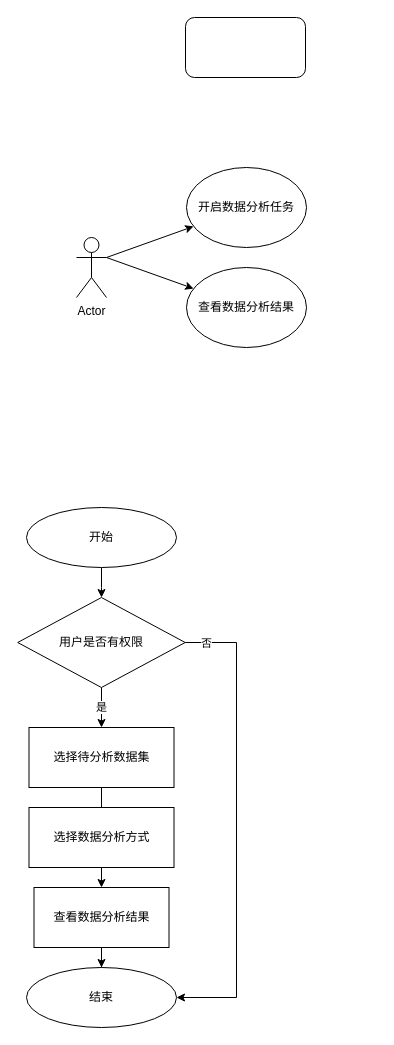
The draw.io diagram 数据分析与可视化.drawio in fengyouliang/drawio, before the edit. Source tidied: cells renumbered, new cells numbered last; positions are measured from the earlier drawing's top-left corner, leaving out a move shared by most shapes. Both pictures are drawn from the tidied source at 100%, with x=0, y=0 at pixel (17, 17).
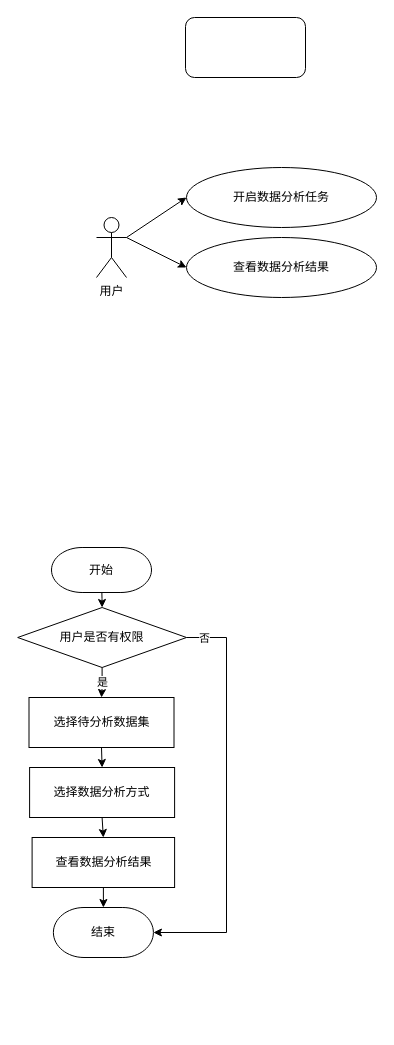
Above is the later version.

Commit message:
更新数据分析与可视化.drawio

Diff of the diagram source:
```diff
@@
     <mxCell id="2" value="查看数据分析结果" style="ellipse;whiteSpace=wrap;html=1;" parent="1" vertex="1">
-      <mxGeometry x="169" y="250" width="120" height="80" as="geometry" />
+      <mxGeometry x="169" y="220" width="190" height="60" as="geometry" />
     </mxCell>
     <mxCell id="3" value="开启数据分析任务" style="ellipse;whiteSpace=wrap;html=1;" parent="1" vertex="1">
-      <mxGeometry x="169" y="150" width="120" height="80" as="geometry" />
+      <mxGeometry x="169" y="150" width="190" height="60" as="geometry" />
     </mxCell>
-    <mxCell id="4" style="edgeStyle=orthogonalEdgeStyle;rounded=0;jettySize=auto;html=1;" parent="1" edge="1" source="5" target="9">
-      <mxGeometry relative="1" as="geometry" />
+    <mxCell id="4" style="edgeStyle=orthogonalEdgeStyle;rounded=0;jettySize=auto;html=1;" parent="1" edge="1" target="9">
+      <mxGeometry relative="1" as="geometry">
+        <mxPoint x="84" y="560" as="sourcePoint" />
+      </mxGeometry>
     </mxCell>
-    <mxCell id="5" value="开始" style="ellipse;whiteSpace=wrap;html=1;" parent="1" vertex="1">
-      <mxGeometry x="9" y="490" width="150" height="60" as="geometry" />
-    </mxCell>
@@
-    <mxCell id="7" style="edgeStyle=orthogonalEdgeStyle;rounded=0;jettySize=auto;html=1;exitX=1;exitY=0.5;exitDx=0;exitDy=0;entryX=1;entryY=0.5;entryDx=0;entryDy=0;" parent="1" edge="1" source="9" target="15">
+    <mxCell id="7" style="edgeStyle=orthogonalEdgeStyle;rounded=0;jettySize=auto;html=1;exitX=1;exitY=0.5;exitDx=0;exitDy=0;entryX=1;entryY=0.5;entryDx=0;entryDy=0;entryPerimeter=0;" parent="1" edge="1" source="9" target="15">
       <mxGeometry relative="1" as="geometry">
         <Array as="points">
-          <mxPoint x="219" y="625" />
-          <mxPoint x="219" y="980" />
+          <mxPoint x="209" y="620" />
+          <mxPoint x="209" y="915" />
         </Array>
       </mxGeometry>
     </mxCell>
@@
     <mxCell id="9" value="用户是否有权限" style="rhombus;whiteSpace=wrap;html=1;" parent="1" vertex="1">
-      <mxGeometry x="0.2" y="580" width="167.5" height="90" as="geometry" />
+      <mxGeometry x="0.2" y="590" width="168.8" height="60" as="geometry" />
     </mxCell>
-    <mxCell id="10" style="edgeStyle=orthogonalEdgeStyle;rounded=0;jettySize=auto;html=1;" parent="1" edge="1" source="11" target="14">
-      <mxGeometry relative="1" as="geometry" />
-    </mxCell>
+    <mxCell id="20" style="edgeStyle=none;rounded=0;jettySize=auto;html=1;exitX=0.5;exitY=1;exitDx=0;exitDy=0;entryX=0.5;entryY=0;entryDx=0;entryDy=0;" parent="1" edge="1" source="11" target="12">
+      <mxGeometry relative="1" as="geometry" />
+    </mxCell>
     <mxCell id="11" value="选择待分析数据集" style="rounded=0;whiteSpace=wrap;html=1;" parent="1" vertex="1">
-      <mxGeometry x="11.5" y="710" width="145" height="60" as="geometry" />
+      <mxGeometry x="11.5" y="680" width="145" height="50" as="geometry" />
     </mxCell>
+    <mxCell id="21" style="edgeStyle=none;rounded=0;jettySize=auto;html=1;exitX=0.5;exitY=1;exitDx=0;exitDy=0;entryX=0.5;entryY=0;entryDx=0;entryDy=0;" parent="1" edge="1" source="12" target="14">
+      <mxGeometry relative="1" as="geometry" />
+    </mxCell>
     <mxCell id="12" value="选择数据分析方式" style="rounded=0;whiteSpace=wrap;html=1;" parent="1" vertex="1">
-      <mxGeometry x="11.5" y="790" width="145" height="60" as="geometry" />
+      <mxGeometry x="12.1" y="750" width="145" height="50" as="geometry" />
     </mxCell>
@@
     <mxCell id="14" value="查看数据分析结果" style="rounded=0;whiteSpace=wrap;html=1;" parent="1" vertex="1">
-      <mxGeometry x="16.5" y="870" width="135" height="60" as="geometry" />
+      <mxGeometry x="14.6" y="820" width="142.5" height="50" as="geometry" />
     </mxCell>
-    <mxCell id="15" value="结束" style="ellipse;whiteSpace=wrap;html=1;" parent="1" vertex="1">
-      <mxGeometry x="9" y="950" width="150" height="60" as="geometry" />
-    </mxCell>
-    <mxCell id="16" style="rounded=0;jettySize=auto;html=1;exitX=1;exitY=0.3333333333333333;exitDx=0;exitDy=0;exitPerimeter=0;" parent="1" edge="1" source="18" target="3">
+    <mxCell id="16" style="rounded=0;jettySize=auto;html=1;exitX=1;exitY=0.3333333333333333;exitDx=0;exitDy=0;exitPerimeter=0;entryX=0;entryY=0.5;entryDx=0;entryDy=0;" parent="1" edge="1" source="18" target="3">
       <mxGeometry relative="1" as="geometry" />
     </mxCell>
-    <mxCell id="17" style="rounded=0;jettySize=auto;html=1;exitX=1;exitY=0.3333333333333333;exitDx=0;exitDy=0;exitPerimeter=0;" parent="1" edge="1" source="18" target="2">
+    <mxCell id="17" style="edgeStyle=none;rounded=0;jettySize=auto;html=1;exitX=1;exitY=0.3333333333333333;exitDx=0;exitDy=0;exitPerimeter=0;entryX=0;entryY=0.5;entryDx=0;entryDy=0;" parent="1" edge="1" source="18" target="2">
       <mxGeometry relative="1" as="geometry" />
     </mxCell>
-    <mxCell id="18" value="Actor" style="shape=umlActor;verticalLabelPosition=bottom;verticalAlign=top;html=1;outlineConnect=0;" parent="1" vertex="1">
-      <mxGeometry x="59" y="220" width="30" height="60" as="geometry" />
+    <mxCell id="18" value="用户" style="shape=umlActor;verticalLabelPosition=bottom;verticalAlign=top;html=1;outlineConnect=0;" parent="1" vertex="1">
+      <mxGeometry x="79" y="200" width="30" height="60" as="geometry" />
     </mxCell>
@@
+    <mxCell id="5" value="开始" style="strokeWidth=1;html=1;shape=mxgraph.flowchart.terminator;whiteSpace=wrap;" parent="1" vertex="1">
+      <mxGeometry x="34" y="530" width="100" height="45" as="geometry" />
+    </mxCell>
+    <mxCell id="15" value="结束" style="strokeWidth=1;html=1;shape=mxgraph.flowchart.terminator;whiteSpace=wrap;" parent="1" vertex="1">
+      <mxGeometry x="35.9" y="890" width="100" height="50" as="geometry" />
+    </mxCell>
```
